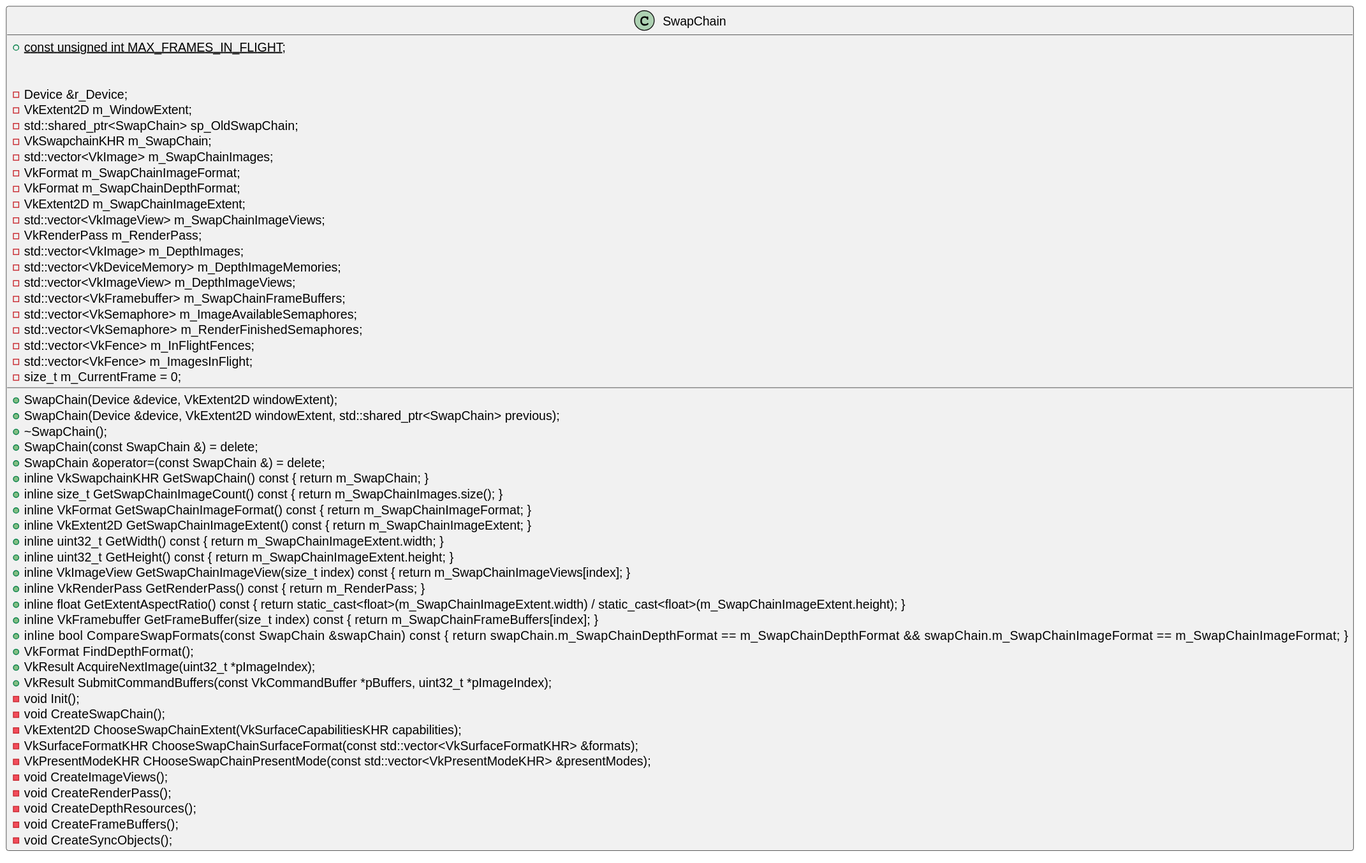
Earlier version of the PlantUML export res/swapchain.svg (BravoMando/BasicVulkanWarperUML).
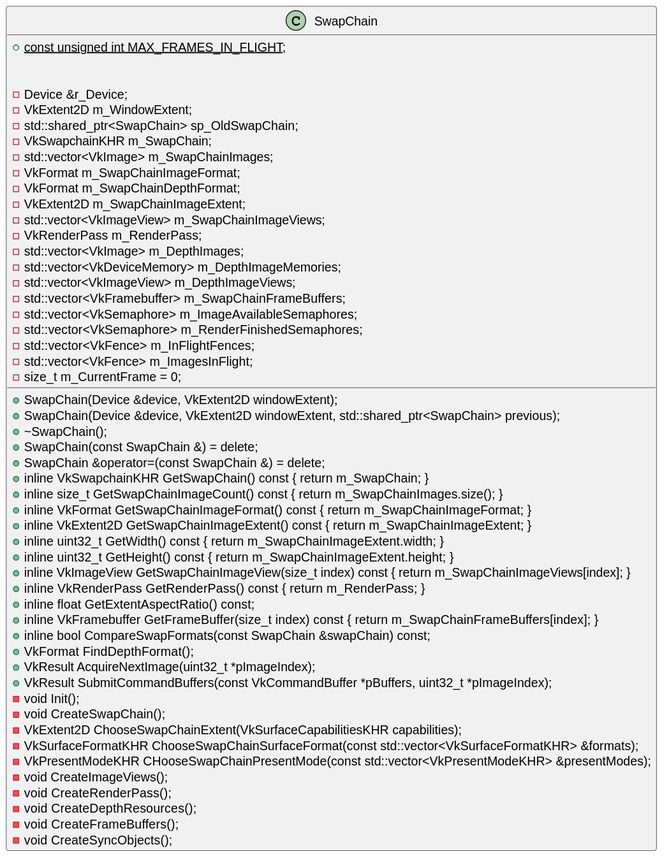
Later version of the same file.

Diff of the diagram source:
```diff
@@ -14,9 +14,9 @@
     + inline uint32_t GetHeight() const { return m_SwapChainImageExtent.height; }
     + inline VkImageView GetSwapChainImageView(size_t index) const { return m_SwapChainImageViews[index]; }
     + inline VkRenderPass GetRenderPass() const { return m_RenderPass; }
-    + inline float GetExtentAspectRatio() const { return static_cast<float>(m_SwapChainImageExtent.width) / static_cast<float>(m_SwapChainImageExtent.height); }
+    + inline float GetExtentAspectRatio() const;
     + inline VkFramebuffer GetFrameBuffer(size_t index) const { return m_SwapChainFrameBuffers[index]; }
-    + inline bool CompareSwapFormats(const SwapChain &swapChain) const    {        return swapChain.m_SwapChainDepthFormat == m_SwapChainDepthFormat && swapChain.m_SwapChainImageFormat == m_SwapChainImageFormat;    }
+    + inline bool CompareSwapFormats(const SwapChain &swapChain) const;
     + VkFormat FindDepthFormat();
     + VkResult AcquireNextImage(uint32_t *pImageIndex);
     + VkResult SubmitCommandBuffers(const VkCommandBuffer *pBuffers, uint32_t *pImageIndex);
```
